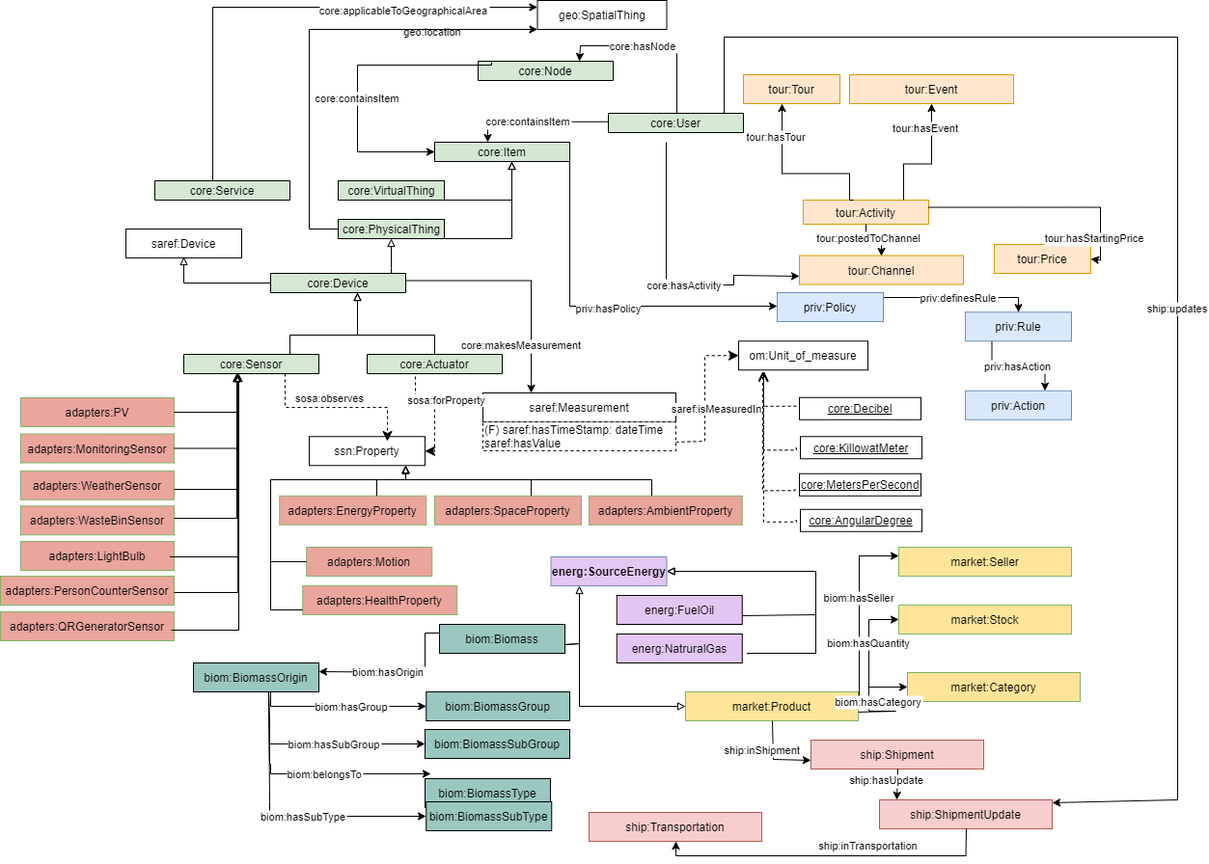
oeg-upm/auroral-core-ontology keeps this draw.io diagram as diagrams/auroral-whole.png. Above is the earlier version. Source tidied: cells renumbered, new cells last; positions are measured from the earlier drawing's top-left corner, leaving out a move shared by most shapes.
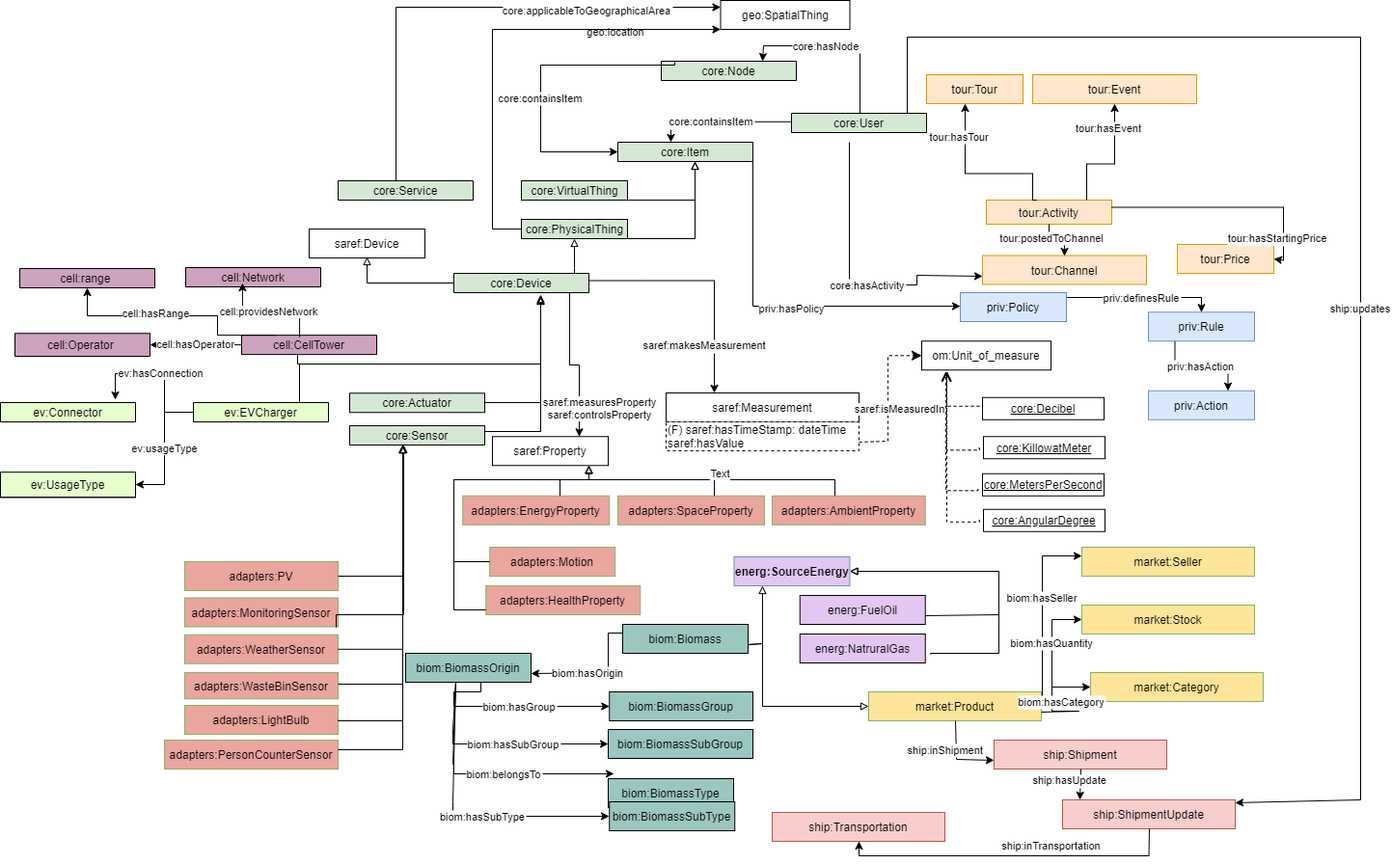
The same file after the commit.

What changed in the source:
```diff
@@ -54,35 +54,36 @@
     <mxCell id="11" value="core:Service" style="swimlane;fontStyle=0;horizontal=1;startSize=26;fillColor=#D5E8D4;" parent="1" vertex="1">
       <mxGeometry x="160" y="187" width="140" height="20" as="geometry" />
     </mxCell>
-    <mxCell id="12" value="core:Actuator" style="swimlane;fontStyle=0;horizontal=1;startSize=26;fillColor=#D5E8D4;" parent="1" vertex="1">
-      <mxGeometry x="380" y="367" width="140" height="20" as="geometry" />
+    <mxCell id="12" value="cell:range " style="swimlane;fontStyle=0;horizontal=1;startSize=26;fillColor=#CDA2BE;" parent="1" vertex="1">
+      <mxGeometry x="-170" y="278" width="140" height="20" as="geometry" />
     </mxCell>
     <mxCell id="13" value="core:Sensor" style="swimlane;fontStyle=0;horizontal=1;startSize=26;fillColor=#D5E8D4;" parent="1" vertex="1">
-      <mxGeometry x="190" y="367" width="140" height="20" as="geometry" />
+      <mxGeometry x="172" y="441" width="140" height="20" as="geometry" />
     </mxCell>
+    <mxCell id="117" style="edgeStyle=orthogonalEdgeStyle;rounded=0;jettySize=auto;html=1;entryX=0.75;entryY=0;entryDx=0;entryDy=0;" parent="1" edge="1" source="14" target="32">
+      <mxGeometry relative="1" as="geometry">
+        <Array as="points">
+          <mxPoint x="400" y="378" />
+          <mxPoint x="410" y="378" />
+        </Array>
+      </mxGeometry>
+    </mxCell>
+    <mxCell id="118" value="saref:measuresProperty&lt;br&gt;saref:controlsProperty" style="edgeLabel;html=1;align=center;verticalAlign=middle;" parent="117" vertex="1">
+      <mxGeometry x="-0.26" y="3" relative="1" as="geometry">
+        <mxPoint x="27" y="60" as="offset" />
+      </mxGeometry>
+    </mxCell>
     <mxCell id="14" value="core:Device" style="swimlane;fontStyle=0;horizontal=1;startSize=26;fillColor=#D5E8D4;" parent="1" vertex="1">
       <mxGeometry x="280" y="283" width="140" height="20" as="geometry" />
     </mxCell>
-    <mxCell id="15" style="edgeStyle=orthogonalEdgeStyle;rounded=0;orthogonalLoop=1;jettySize=auto;html=1;fontSize=11;endArrow=block;endFill=0;" parent="1" edge="1">
+    <mxCell id="15" style="edgeStyle=orthogonalEdgeStyle;rounded=0;jettySize=auto;html=1;fontSize=11;endArrow=block;endFill=0;" parent="1" edge="1" source="13">
       <mxGeometry relative="1" as="geometry">
-        <mxPoint x="300" y="367" as="sourcePoint" />
-        <mxPoint x="370" y="303" as="targetPoint" />
+        <mxPoint x="370" y="307" as="targetPoint" />
         <Array as="points">
-          <mxPoint x="300" y="347" />
-          <mxPoint x="370" y="347" />
+          <mxPoint x="370" y="447" />
         </Array>
       </mxGeometry>
     </mxCell>
-    <mxCell id="16" style="edgeStyle=orthogonalEdgeStyle;rounded=0;orthogonalLoop=1;jettySize=auto;html=1;fontSize=11;endArrow=block;endFill=0;" parent="1" edge="1">
-      <mxGeometry relative="1" as="geometry">
-        <mxPoint x="450" y="367" as="sourcePoint" />
-        <mxPoint x="370" y="303" as="targetPoint" />
-        <Array as="points">
-          <mxPoint x="450" y="347" />
-          <mxPoint x="370" y="347" />
-        </Array>
-      </mxGeometry>
-    </mxCell>
     <mxCell id="17" value="geo:SpatialThing" style="rounded=0;whiteSpace=wrap;html=1;" parent="1" vertex="1">
       <mxGeometry x="556.5" width="134" height="30" as="geometry" />
     </mxCell>
@@ -168,7 +169,7 @@
         </Array>
       </mxGeometry>
     </mxCell>
-    <mxCell id="32" value="ssn:Property" style="rounded=0;whiteSpace=wrap;html=1;fillColor=#FFFFFF;" parent="1" vertex="1">
+    <mxCell id="32" value="saref:Property" style="rounded=0;whiteSpace=wrap;html=1;fillColor=#FFFFFF;" parent="1" vertex="1">
       <mxGeometry x="320" y="452.2" width="120" height="30" as="geometry" />
     </mxCell>
     <mxCell id="33" value="saref:Device" style="rounded=0;whiteSpace=wrap;html=1;fillColor=#FFFFFF;" parent="1" vertex="1">
@@ -182,25 +183,7 @@
         </Array>
       </mxGeometry>
     </mxCell>
-    <mxCell id="35" style="endArrow=classic;html=1;exitX=0.75;exitY=1;exitDx=0;exitDy=0;endSize=8;dashed=1;arcSize=0;edgeStyle=orthogonalEdgeStyle;" parent="1" edge="1" source="13">
-      <mxGeometry relative="1" as="geometry">
-        <mxPoint x="401" y="457" as="targetPoint" />
-      </mxGeometry>
-    </mxCell>
-    <mxCell id="36" value="&lt;div&gt;sosa:observes&lt;/div&gt;" style="edgeLabel;html=1;align=center;verticalAlign=middle;" parent="35" vertex="1">
-      <mxGeometry x="-0.19" y="-1" relative="1" as="geometry">
-        <mxPoint x="9" y="-11" as="offset" />
-      </mxGeometry>
-    </mxCell>
-    <mxCell id="37" style="endArrow=classic;html=1;endSize=8;dashed=1;arcSize=0;edgeStyle=orthogonalEdgeStyle;exitX=0.357;exitY=1.15;exitDx=0;exitDy=0;exitPerimeter=0;entryX=1;entryY=0.5;entryDx=0;entryDy=0;" parent="1" edge="1" source="12" target="32">
-      <mxGeometry relative="1" as="geometry" />
-    </mxCell>
-    <mxCell id="38" value="&lt;div&gt;sosa:forProperty&lt;/div&gt;" style="edgeLabel;html=1;align=center;verticalAlign=middle;" parent="37" vertex="1">
-      <mxGeometry x="-0.19" y="-1" relative="1" as="geometry">
-        <mxPoint x="18" y="-6" as="offset" />
-      </mxGeometry>
-    </mxCell>
-    <mxCell id="39" value="core:makesMeasurement" style="edgeStyle=orthogonalEdgeStyle;rounded=0;orthogonalLoop=1;jettySize=auto;fontSize=11;endArrow=classic;endFill=1;" parent="1" edge="1">
+    <mxCell id="39" value="saref:makesMeasurement" style="edgeStyle=orthogonalEdgeStyle;rounded=0;orthogonalLoop=1;jettySize=auto;fontSize=11;endArrow=classic;endFill=1;" parent="1" edge="1">
       <mxGeometry x="0.59" y="-10" relative="1" as="geometry">
         <mxPoint x="420" y="290.5" as="sourcePoint" />
         <mxPoint x="550" y="407" as="targetPoint" />
@@ -361,6 +344,11 @@
         </Array>
       </mxGeometry>
     </mxCell>
+    <mxCell id="119" value="Text" style="edgeLabel;html=1;align=center;verticalAlign=middle;" parent="67" vertex="1">
+      <mxGeometry x="-0.79" y="-9" relative="1" as="geometry">
+        <mxPoint x="6" y="2" as="offset" />
+      </mxGeometry>
+    </mxCell>
     <mxCell id="68" style="edgeStyle=orthogonalEdgeStyle;rounded=0;jettySize=auto;html=1;fontSize=11;endArrow=block;endFill=0;" parent="1" edge="1" source="63">
       <mxGeometry relative="1" as="geometry">
         <mxPoint x="420" y="482.2" as="targetPoint" />
@@ -391,81 +379,70 @@
       </mxGeometry>
     </mxCell>
     <mxCell id="71" value="adapters:MonitoringSensor" style="rounded=0;whiteSpace=wrap;html=1;fillColor=#EAA59D;strokeColor=#82b366;" parent="1" vertex="1">
-      <mxGeometry x="21" y="449.5" width="159" height="30" as="geometry" />
+      <mxGeometry x="1" y="619.5" width="159" height="30" as="geometry" />
     </mxCell>
     <mxCell id="72" value="adapters:WeatherSensor" style="rounded=0;whiteSpace=wrap;html=1;fillColor=#EAA59D;strokeColor=#82b366;" parent="1" vertex="1">
-      <mxGeometry x="21" y="487.8" width="159" height="30" as="geometry" />
+      <mxGeometry x="1" y="657.8" width="159" height="30" as="geometry" />
     </mxCell>
     <mxCell id="73" value="adapters:WasteBinSensor" style="rounded=0;whiteSpace=wrap;html=1;fillColor=#EAA59D;strokeColor=#82b366;" parent="1" vertex="1">
-      <mxGeometry x="21" y="524.2" width="159" height="30" as="geometry" />
+      <mxGeometry x="1" y="697" width="159" height="27.2" as="geometry" />
     </mxCell>
     <mxCell id="74" value="adapters:PersonCounterSensor" style="rounded=0;whiteSpace=wrap;html=1;fillColor=#EAA59D;strokeColor=#82b366;" parent="1" vertex="1">
-      <mxGeometry y="597" width="180" height="30" as="geometry" />
+      <mxGeometry x="-20" y="767" width="180" height="30" as="geometry" />
     </mxCell>
-    <mxCell id="75" value="adapters:QRGeneratorSensor" style="rounded=0;whiteSpace=wrap;html=1;fillColor=#EAA59D;strokeColor=#82b366;" parent="1" vertex="1">
-      <mxGeometry y="634" width="180" height="30" as="geometry" />
-    </mxCell>
     <mxCell id="76" value="adapters:LightBulb" style="rounded=0;whiteSpace=wrap;html=1;fillColor=#EAA59D;strokeColor=#82b366;" parent="1" vertex="1">
-      <mxGeometry x="21" y="561" width="159" height="30" as="geometry" />
+      <mxGeometry x="1" y="731" width="159" height="30" as="geometry" />
     </mxCell>
     <mxCell id="77" value="adapters:PV" style="rounded=0;whiteSpace=wrap;html=1;fillColor=#EAA59D;strokeColor=#82b366;" parent="1" vertex="1">
-      <mxGeometry x="21" y="412" width="159" height="30" as="geometry" />
+      <mxGeometry x="1" y="582" width="159" height="30" as="geometry" />
     </mxCell>
     <mxCell id="78" style="edgeStyle=orthogonalEdgeStyle;rounded=0;jettySize=auto;html=1;fontSize=11;endArrow=block;endFill=0;exitX=1;exitY=0.5;exitDx=0;exitDy=0;" parent="1" edge="1" source="77" target="13">
       <mxGeometry relative="1" as="geometry">
         <Array as="points">
-          <mxPoint x="245" y="427" />
+          <mxPoint x="227" y="597" />
         </Array>
       </mxGeometry>
     </mxCell>
-    <mxCell id="79" style="edgeStyle=orthogonalEdgeStyle;rounded=0;jettySize=auto;html=1;fontSize=11;endArrow=block;endFill=0;" parent="1" edge="1" source="71" target="13">
+    <mxCell id="79" style="edgeStyle=orthogonalEdgeStyle;rounded=0;jettySize=auto;html=1;fontSize=11;endArrow=block;endFill=0;exitX=1;exitY=0.5;exitDx=0;exitDy=0;" parent="1" edge="1" source="76" target="13">
       <mxGeometry relative="1" as="geometry">
         <Array as="points">
-          <mxPoint x="245" y="465" />
+          <mxPoint x="160" y="747" />
+          <mxPoint x="227" y="747" />
         </Array>
       </mxGeometry>
     </mxCell>
     <mxCell id="80" style="edgeStyle=orthogonalEdgeStyle;rounded=0;jettySize=auto;html=1;fontSize=11;endArrow=block;endFill=0;" parent="1" edge="1" source="72" target="13">
       <mxGeometry relative="1" as="geometry">
         <Array as="points">
-          <mxPoint x="245" y="507" />
+          <mxPoint x="227" y="673" />
         </Array>
       </mxGeometry>
     </mxCell>
     <mxCell id="81" style="edgeStyle=orthogonalEdgeStyle;rounded=0;jettySize=auto;html=1;fontSize=11;endArrow=block;endFill=0;" parent="1" edge="1" source="73">
       <mxGeometry relative="1" as="geometry">
-        <mxPoint x="245" y="387" as="targetPoint" />
+        <mxPoint x="227" y="461" as="targetPoint" />
         <Array as="points">
-          <mxPoint x="245" y="537" />
+          <mxPoint x="227" y="709" />
         </Array>
       </mxGeometry>
     </mxCell>
-    <mxCell id="82" style="edgeStyle=orthogonalEdgeStyle;rounded=0;orthogonalLoop=1;jettySize=auto;html=1;fontSize=11;endArrow=block;endFill=0;exitX=1;exitY=0.5;exitDx=0;exitDy=0;" parent="1" edge="1">
+    <mxCell id="82" style="edgeStyle=orthogonalEdgeStyle;rounded=0;jettySize=auto;html=1;fontSize=11;endArrow=block;endFill=0;exitX=1;exitY=0.5;exitDx=0;exitDy=0;" parent="1" edge="1" target="13">
       <mxGeometry relative="1" as="geometry">
-        <mxPoint x="176" y="576" as="sourcePoint" />
-        <mxPoint x="246" y="387" as="targetPoint" />
+        <mxPoint x="158" y="650" as="sourcePoint" />
         <Array as="points">
-          <mxPoint x="176" y="577" />
-          <mxPoint x="246" y="577" />
+          <mxPoint x="158" y="637" />
+          <mxPoint x="228" y="637" />
         </Array>
       </mxGeometry>
     </mxCell>
-    <mxCell id="83" style="edgeStyle=orthogonalEdgeStyle;rounded=0;jettySize=auto;html=1;fontSize=11;endArrow=block;endFill=0;" parent="1" edge="1" source="74" target="13">
+    <mxCell id="83" style="edgeStyle=orthogonalEdgeStyle;rounded=0;jettySize=auto;html=1;fontSize=11;endArrow=block;endFill=0;" parent="1" edge="1" source="74">
       <mxGeometry relative="1" as="geometry">
+        <mxPoint x="227" y="461" as="targetPoint" />
         <Array as="points">
-          <mxPoint x="246" y="614" />
+          <mxPoint x="227" y="777" />
         </Array>
       </mxGeometry>
     </mxCell>
-    <mxCell id="84" style="edgeStyle=orthogonalEdgeStyle;rounded=0;orthogonalLoop=1;jettySize=auto;html=1;fontSize=11;endArrow=block;endFill=0;" parent="1" edge="1">
-      <mxGeometry relative="1" as="geometry">
-        <mxPoint x="177" y="653" as="sourcePoint" />
-        <mxPoint x="247" y="387" as="targetPoint" />
-        <Array as="points">
-          <mxPoint x="247" y="653" />
-        </Array>
-      </mxGeometry>
-    </mxCell>
     <mxCell id="85" value="&lt;b&gt;energ:SourceEnergy&lt;/b&gt;" style="rounded=0;whiteSpace=wrap;html=1;fillColor=#E3C7F2;strokeColor=#6c8ebf;" parent="1" vertex="1">
       <mxGeometry x="570.5" y="577" width="120" height="30" as="geometry" />
     </mxCell>
@@ -497,7 +474,7 @@
       <mxGeometry x="455" y="647" width="130" height="30" as="geometry" />
     </mxCell>
     <mxCell id="91" value="biom:BiomassOrigin" style="rounded=0;whiteSpace=wrap;html=1;snapToPoint=1;points=[[0.1,0],[0.2,0],[0.3,0],[0.4,0],[0.5,0],[0.6,0],[0.7,0],[0.8,0],[0.9,0],[0,0.1],[0,0.3],[0,0.5],[0,0.7],[0,0.9],[0.1,1],[0.2,1],[0.3,1],[0.4,1],[0.5,1],[0.6,1],[0.7,1],[0.8,1],[0.9,1],[1,0.1],[1,0.3],[1,0.5],[1,0.7],[1,0.9]];fillColor=#9AC7BF;" parent="1" vertex="1">
-      <mxGeometry x="200" y="687" width="130" height="30" as="geometry" />
+      <mxGeometry x="230" y="677" width="130" height="30" as="geometry" />
     </mxCell>
     <mxCell id="92" value="biom:BiomassGroup" style="rounded=0;whiteSpace=wrap;html=1;snapToPoint=1;points=[[0.1,0],[0.2,0],[0.3,0],[0.4,0],[0.5,0],[0.6,0],[0.7,0],[0.8,0],[0.9,0],[0,0.1],[0,0.3],[0,0.5],[0,0.7],[0,0.9],[0.1,1],[0.2,1],[0.3,1],[0.4,1],[0.5,1],[0.6,1],[0.7,1],[0.8,1],[0.9,1],[1,0.1],[1,0.3],[1,0.5],[1,0.7],[1,0.9]];fillColor=#9AC7BF;" parent="1" vertex="1">
       <mxGeometry x="441.2" y="717" width="148.8" height="30" as="geometry" />
@@ -646,5 +623,96 @@
         </Array>
       </mxGeometry>
     </mxCell>
+    <mxCell id="120" value="core:Actuator" style="swimlane;fontStyle=0;horizontal=1;startSize=26;fillColor=#D5E8D4;" parent="1" vertex="1">
+      <mxGeometry x="172" y="407.2" width="140" height="20" as="geometry" />
+    </mxCell>
+    <mxCell id="121" style="edgeStyle=orthogonalEdgeStyle;rounded=0;jettySize=auto;html=1;fontSize=11;endArrow=block;endFill=0;exitX=1;exitY=0.75;exitDx=0;exitDy=0;entryX=0.643;entryY=1.15;entryDx=0;entryDy=0;entryPerimeter=0;" parent="1" edge="1" source="120" target="14">
+      <mxGeometry relative="1" as="geometry">
+        <Array as="points">
+          <mxPoint x="312" y="417" />
+          <mxPoint x="370" y="417" />
+        </Array>
+      </mxGeometry>
+    </mxCell>
+    <mxCell id="122" style="edgeStyle=orthogonalEdgeStyle;rounded=0;jettySize=auto;html=1;fontSize=11;endArrow=block;endFill=0;entryX=0.65;entryY=0.8;entryDx=0;entryDy=0;entryPerimeter=0;" parent="1" edge="1" source="124">
+      <mxGeometry relative="1" as="geometry">
+        <mxPoint x="370" y="305" as="targetPoint" />
+        <Array as="points">
+          <mxPoint x="120" y="377" />
+          <mxPoint x="370" y="377" />
+        </Array>
+      </mxGeometry>
+    </mxCell>
+    <mxCell id="123" value="ev:usageType" style="edgeStyle=orthogonalEdgeStyle;rounded=0;jettySize=auto;html=1;fillColor=#9AC7BF;" parent="1" edge="1" source="124" target="131">
+      <mxGeometry relative="1" as="geometry">
+        <Array as="points">
+          <mxPoint x="-20" y="427" />
+          <mxPoint x="-20" y="502" />
+        </Array>
+      </mxGeometry>
+    </mxCell>
+    <mxCell id="124" value="ev:EVCharger" style="swimlane;fontStyle=0;horizontal=1;startSize=26;fillColor=#E6FFCC;" parent="1" vertex="1">
+      <mxGeometry x="10" y="417" width="140" height="20" as="geometry" />
+    </mxCell>
+    <mxCell id="125" style="edgeStyle=orthogonalEdgeStyle;rounded=0;jettySize=auto;html=1;fontSize=11;endArrow=block;endFill=0;fillColor=#9AC7BF;exitX=0.414;exitY=1;exitDx=0;exitDy=0;exitPerimeter=0;" parent="1" edge="1" source="127">
+      <mxGeometry relative="1" as="geometry">
+        <mxPoint x="370" y="307" as="targetPoint" />
+        <Array as="points">
+          <mxPoint x="118" y="377" />
+          <mxPoint x="370" y="377" />
+        </Array>
+      </mxGeometry>
+    </mxCell>
+    <mxCell id="126" value="cell:hasOperator" style="edgeStyle=orthogonalEdgeStyle;rounded=0;jettySize=auto;html=1;fillColor=#9AC7BF;" parent="1" edge="1" source="127" target="129">
+      <mxGeometry relative="1" as="geometry">
+        <Array as="points">
+          <mxPoint x="-10" y="357" />
+          <mxPoint x="-10" y="357" />
+        </Array>
+      </mxGeometry>
+    </mxCell>
+    <mxCell id="127" value="cell:CellTower" style="swimlane;fontStyle=0;horizontal=1;startSize=26;fillColor=#CDA2BE;" parent="1" vertex="1">
+      <mxGeometry x="60" y="347.1" width="140" height="20" as="geometry" />
+    </mxCell>
+    <mxCell id="128" value="cell:Network" style="swimlane;fontStyle=0;horizontal=1;startSize=26;fillColor=#CDA2BE;" parent="1" vertex="1">
+      <mxGeometry x="2" y="277" width="140" height="20" as="geometry" />
+    </mxCell>
+    <mxCell id="129" value="cell:Operator " style="swimlane;fontStyle=0;horizontal=1;startSize=26;fillColor=#CDA2BE;" parent="1" vertex="1">
+      <mxGeometry x="-175" y="345.2" width="140" height="23.8" as="geometry" />
+    </mxCell>
+    <mxCell id="130" value="ev:Connector" style="swimlane;fontStyle=0;horizontal=1;startSize=20;fillColor=#E6FFCC;" parent="1" vertex="1">
+      <mxGeometry x="-190" y="417" width="140" height="20" as="geometry" />
+    </mxCell>
+    <mxCell id="131" value="ev:UsageType" style="swimlane;fontStyle=0;horizontal=1;startSize=26;fillColor=#E6FFCC;" parent="1" vertex="1">
+      <mxGeometry x="-190" y="489.1" width="140" height="26.2" as="geometry" />
+    </mxCell>
+    <mxCell id="132" value="cell:providesNetwork" style="edgeStyle=orthogonalEdgeStyle;rounded=0;jettySize=auto;html=1;fillColor=#9AC7BF;exitX=0.429;exitY=0.1;exitDx=0;exitDy=0;exitPerimeter=0;entryX=0.421;entryY=0.8;entryDx=0;entryDy=0;entryPerimeter=0;" parent="1" edge="1" source="127" target="128">
+      <mxGeometry relative="1" as="geometry">
+        <Array as="points">
+          <mxPoint x="120" y="323" />
+          <mxPoint x="61" y="323" />
+        </Array>
+      </mxGeometry>
+    </mxCell>
+    <mxCell id="133" style="edgeStyle=orthogonalEdgeStyle;rounded=0;jettySize=auto;html=1;fillColor=#9AC7BF;exitX=0.25;exitY=0;exitDx=0;exitDy=0;entryX=0.5;entryY=1;entryDx=0;entryDy=0;" parent="1" edge="1" source="127" target="12">
+      <mxGeometry relative="1" as="geometry">
+        <Array as="points">
+          <mxPoint x="35" y="327" />
+          <mxPoint x="-100" y="327" />
+        </Array>
+      </mxGeometry>
+    </mxCell>
+    <mxCell id="134" value="cell:hasRange" style="edgeLabel;html=1;align=center;verticalAlign=middle;" parent="133" vertex="1">
+      <mxGeometry x="0.19" y="-3" relative="1" as="geometry" />
+    </mxCell>
+    <mxCell id="135" value="ev:hasConnection" style="edgeStyle=orthogonalEdgeStyle;rounded=0;jettySize=auto;html=1;fillColor=#9AC7BF;entryX=0.85;entryY=-0.15;entryDx=0;entryDy=0;entryPerimeter=0;" parent="1" edge="1" source="124" target="130">
+      <mxGeometry relative="1" as="geometry">
+        <Array as="points">
+          <mxPoint x="-20" y="427" />
+          <mxPoint x="-20" y="387" />
+          <mxPoint x="-71" y="387" />
+        </Array>
+      </mxGeometry>
+    </mxCell>
   </root>
 </mxGraphModel>
```
